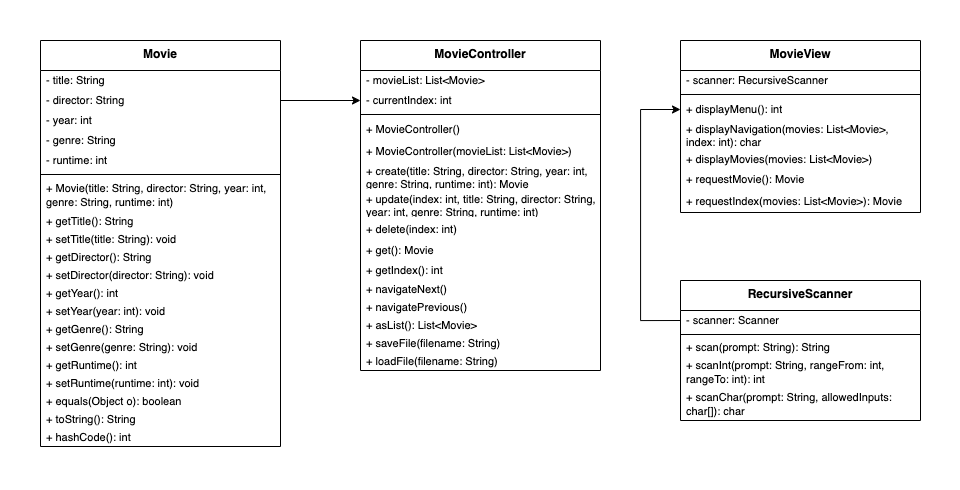
The draw.io diagram assignments/hw6/diagram1.png in hanggrian/IIT-ITM510, before a commit. Source tidied: cells renumbered, new cells last; positions are measured from the earlier drawing's top-left corner, leaving out a move shared by most shapes.
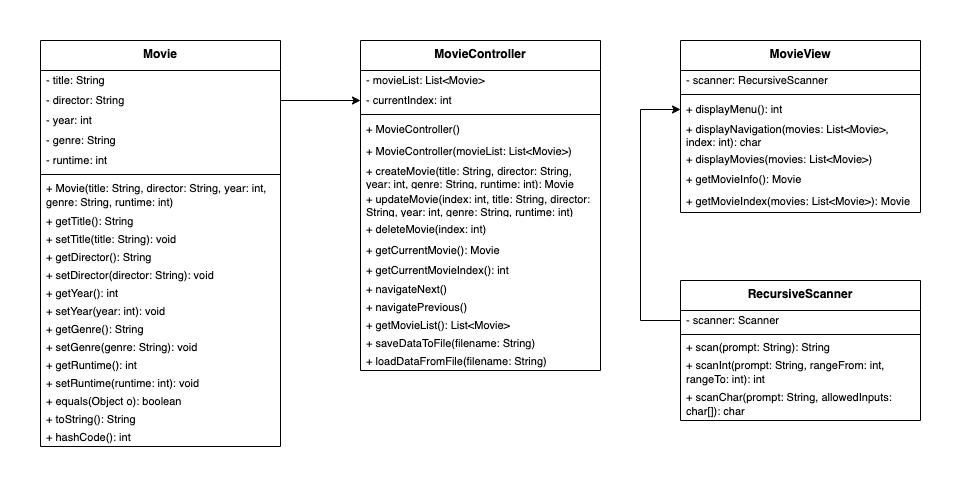
After the commit.

Commit message:
Add first project instruction image, fix HW6 diagram

The edit, as a diff of the source:
```diff
@@ -101,19 +101,19 @@
     <mxCell id="34" value="+&amp;nbsp;MovieController(movieList: List&amp;lt;Movie&amp;gt;)" style="text;strokeColor=none;fillColor=none;align=left;verticalAlign=middle;spacingLeft=4;spacingRight=4;overflow=hidden;whiteSpace=wrap;html=1;fontSize=11;" parent="29" vertex="1">
       <mxGeometry y="100" width="240" height="22" as="geometry" />
     </mxCell>
-    <mxCell id="35" value="+&amp;nbsp;create(title: String, director: String, year: int, genre: String, runtime: int&lt;span style=&quot;background-color: initial;&quot;&gt;): Movie&lt;/span&gt;" style="text;strokeColor=none;fillColor=none;align=left;verticalAlign=middle;spacingLeft=4;spacingRight=4;overflow=hidden;whiteSpace=wrap;html=1;fontSize=11;" parent="29" vertex="1">
+    <mxCell id="35" value="+&amp;nbsp;createMovie(title: String, director: String, year: int, genre: String, runtime: int&lt;span style=&quot;background-color: initial;&quot;&gt;): Movie&lt;/span&gt;" style="text;strokeColor=none;fillColor=none;align=left;verticalAlign=middle;spacingLeft=4;spacingRight=4;overflow=hidden;whiteSpace=wrap;html=1;fontSize=11;" parent="29" vertex="1">
       <mxGeometry y="122" width="240" height="28" as="geometry" />
     </mxCell>
-    <mxCell id="36" value="+&amp;nbsp;update(index: int, title: String, director: String, year: int, genre: String, runtime: int&lt;span style=&quot;background-color: initial;&quot;&gt;)&lt;br&gt;&lt;/span&gt;" style="text;strokeColor=none;fillColor=none;align=left;verticalAlign=middle;spacingLeft=4;spacingRight=4;overflow=hidden;whiteSpace=wrap;html=1;fontSize=11;" parent="29" vertex="1">
+    <mxCell id="36" value="+&amp;nbsp;updateMovie(index: int, title: String, director: String, year: int, genre: String, runtime: int&lt;span style=&quot;background-color: initial;&quot;&gt;)&lt;br&gt;&lt;/span&gt;" style="text;strokeColor=none;fillColor=none;align=left;verticalAlign=middle;spacingLeft=4;spacingRight=4;overflow=hidden;whiteSpace=wrap;html=1;fontSize=11;" parent="29" vertex="1">
       <mxGeometry y="150" width="240" height="28" as="geometry" />
     </mxCell>
-    <mxCell id="37" value="+&amp;nbsp;delete(index: int&lt;span style=&quot;background-color: initial;&quot;&gt;)&lt;/span&gt;" style="text;strokeColor=none;fillColor=none;align=left;verticalAlign=middle;spacingLeft=4;spacingRight=4;overflow=hidden;whiteSpace=wrap;html=1;fontSize=11;" parent="29" vertex="1">
+    <mxCell id="37" value="+&amp;nbsp;deleteMovie(index: int&lt;span style=&quot;background-color: initial;&quot;&gt;)&lt;/span&gt;" style="text;strokeColor=none;fillColor=none;align=left;verticalAlign=middle;spacingLeft=4;spacingRight=4;overflow=hidden;whiteSpace=wrap;html=1;fontSize=11;" parent="29" vertex="1">
       <mxGeometry y="178" width="240" height="22" as="geometry" />
     </mxCell>
-    <mxCell id="38" value="+&amp;nbsp;get(&lt;span style=&quot;background-color: initial;&quot;&gt;): Movie&lt;/span&gt;" style="text;strokeColor=none;fillColor=none;align=left;verticalAlign=middle;spacingLeft=4;spacingRight=4;overflow=hidden;whiteSpace=wrap;html=1;fontSize=11;" parent="29" vertex="1">
+    <mxCell id="38" value="+&amp;nbsp;getCurrentMovie(&lt;span style=&quot;background-color: initial;&quot;&gt;): Movie&lt;/span&gt;" style="text;strokeColor=none;fillColor=none;align=left;verticalAlign=middle;spacingLeft=4;spacingRight=4;overflow=hidden;whiteSpace=wrap;html=1;fontSize=11;" parent="29" vertex="1">
       <mxGeometry y="200" width="240" height="20" as="geometry" />
     </mxCell>
-    <mxCell id="39" value="+&amp;nbsp;getIndex(&lt;span style=&quot;background-color: initial;&quot;&gt;): int&lt;/span&gt;" style="text;strokeColor=none;fillColor=none;align=left;verticalAlign=middle;spacingLeft=4;spacingRight=4;overflow=hidden;whiteSpace=wrap;html=1;fontSize=11;" parent="29" vertex="1">
+    <mxCell id="39" value="+ getCurrentMovieIndex(&lt;span style=&quot;background-color: initial;&quot;&gt;): int&lt;/span&gt;" style="text;strokeColor=none;fillColor=none;align=left;verticalAlign=middle;spacingLeft=4;spacingRight=4;overflow=hidden;whiteSpace=wrap;html=1;fontSize=11;" parent="29" vertex="1">
       <mxGeometry y="220" width="240" height="20" as="geometry" />
     </mxCell>
     <mxCell id="40" value="+&amp;nbsp;navigateNext()" style="text;strokeColor=none;fillColor=none;align=left;verticalAlign=middle;spacingLeft=4;spacingRight=4;overflow=hidden;whiteSpace=wrap;html=1;fontSize=11;" parent="29" vertex="1">
@@ -122,13 +122,13 @@
     <mxCell id="41" value="+&amp;nbsp;navigatePrevious()" style="text;strokeColor=none;fillColor=none;align=left;verticalAlign=middle;spacingLeft=4;spacingRight=4;overflow=hidden;whiteSpace=wrap;html=1;fontSize=11;" parent="29" vertex="1">
       <mxGeometry y="258" width="240" height="18" as="geometry" />
     </mxCell>
-    <mxCell id="42" value="+&amp;nbsp;asList(&lt;span style=&quot;background-color: initial;&quot;&gt;): List&amp;lt;Movie&amp;gt;&lt;/span&gt;" style="text;strokeColor=none;fillColor=none;align=left;verticalAlign=middle;spacingLeft=4;spacingRight=4;overflow=hidden;whiteSpace=wrap;html=1;fontSize=11;" parent="29" vertex="1">
+    <mxCell id="42" value="+&amp;nbsp;getMovieList&lt;span style=&quot;background-color: initial;&quot;&gt;(&lt;/span&gt;&lt;span style=&quot;background-color: initial;&quot;&gt;): List&amp;lt;Movie&amp;gt;&lt;/span&gt;" style="text;strokeColor=none;fillColor=none;align=left;verticalAlign=middle;spacingLeft=4;spacingRight=4;overflow=hidden;whiteSpace=wrap;html=1;fontSize=11;" parent="29" vertex="1">
       <mxGeometry y="276" width="240" height="18" as="geometry" />
     </mxCell>
-    <mxCell id="43" value="+&amp;nbsp;saveFile(filename: String)" style="text;strokeColor=none;fillColor=none;align=left;verticalAlign=middle;spacingLeft=4;spacingRight=4;overflow=hidden;whiteSpace=wrap;html=1;fontSize=11;" parent="29" vertex="1">
+    <mxCell id="43" value="+&amp;nbsp;saveDataToFile&lt;span style=&quot;background-color: initial;&quot;&gt;(filename: String)&lt;/span&gt;" style="text;strokeColor=none;fillColor=none;align=left;verticalAlign=middle;spacingLeft=4;spacingRight=4;overflow=hidden;whiteSpace=wrap;html=1;fontSize=11;" parent="29" vertex="1">
       <mxGeometry y="294" width="240" height="18" as="geometry" />
     </mxCell>
-    <mxCell id="44" value="+&amp;nbsp;loadFile(filename: String)" style="text;strokeColor=none;fillColor=none;align=left;verticalAlign=middle;spacingLeft=4;spacingRight=4;overflow=hidden;whiteSpace=wrap;html=1;fontSize=11;" parent="29" vertex="1">
+    <mxCell id="44" value="+&amp;nbsp;loadDataFromFile&lt;span style=&quot;background-color: initial;&quot;&gt;(filename: String)&lt;/span&gt;" style="text;strokeColor=none;fillColor=none;align=left;verticalAlign=middle;spacingLeft=4;spacingRight=4;overflow=hidden;whiteSpace=wrap;html=1;fontSize=11;" parent="29" vertex="1">
       <mxGeometry y="312" width="240" height="18" as="geometry" />
     </mxCell>
     <mxCell id="45" value="MovieView" style="swimlane;fontStyle=1;align=center;verticalAlign=top;horizontal=1;startSize=30;whiteSpace=wrap;html=1;" parent="1" vertex="1">
@@ -149,10 +149,10 @@
     <mxCell id="50" value="+&amp;nbsp;displayMovies(movies: List&amp;lt;Movie&amp;gt;)" style="text;strokeColor=none;fillColor=none;align=left;verticalAlign=middle;spacingLeft=4;spacingRight=4;overflow=hidden;whiteSpace=wrap;html=1;fontSize=11;" parent="45" vertex="1">
       <mxGeometry y="110" width="240" height="18" as="geometry" />
     </mxCell>
-    <mxCell id="51" value="+&amp;nbsp;requestMovie(&lt;span style=&quot;background-color: initial;&quot;&gt;): Movie&lt;/span&gt;" style="text;strokeColor=none;fillColor=none;align=left;verticalAlign=middle;spacingLeft=4;spacingRight=4;overflow=hidden;whiteSpace=wrap;html=1;fontSize=11;" parent="45" vertex="1">
+    <mxCell id="51" value="+&amp;nbsp;getMovieInfo(&lt;span style=&quot;background-color: initial;&quot;&gt;): Movie&lt;/span&gt;" style="text;strokeColor=none;fillColor=none;align=left;verticalAlign=middle;spacingLeft=4;spacingRight=4;overflow=hidden;whiteSpace=wrap;html=1;fontSize=11;" parent="45" vertex="1">
       <mxGeometry y="128" width="240" height="22" as="geometry" />
     </mxCell>
-    <mxCell id="52" value="+&amp;nbsp;requestIndex(movies: List&amp;lt;Movie&amp;gt;&lt;span style=&quot;background-color: initial;&quot;&gt;): Movie&lt;/span&gt;" style="text;strokeColor=none;fillColor=none;align=left;verticalAlign=middle;spacingLeft=4;spacingRight=4;overflow=hidden;whiteSpace=wrap;html=1;fontSize=11;" parent="45" vertex="1">
+    <mxCell id="52" value="+&amp;nbsp;getMovieIndex(movies: List&amp;lt;Movie&amp;gt;&lt;span style=&quot;background-color: initial;&quot;&gt;): Movie&lt;/span&gt;" style="text;strokeColor=none;fillColor=none;align=left;verticalAlign=middle;spacingLeft=4;spacingRight=4;overflow=hidden;whiteSpace=wrap;html=1;fontSize=11;" parent="45" vertex="1">
       <mxGeometry y="150" width="240" height="22" as="geometry" />
     </mxCell>
     <mxCell id="53" style="edgeStyle=orthogonalEdgeStyle;rounded=0;jettySize=auto;html=1;exitX=1;exitY=0.5;exitDx=0;exitDy=0;entryX=0;entryY=0.5;entryDx=0;entryDy=0;" parent="1" edge="1" source="4" target="31">
```
